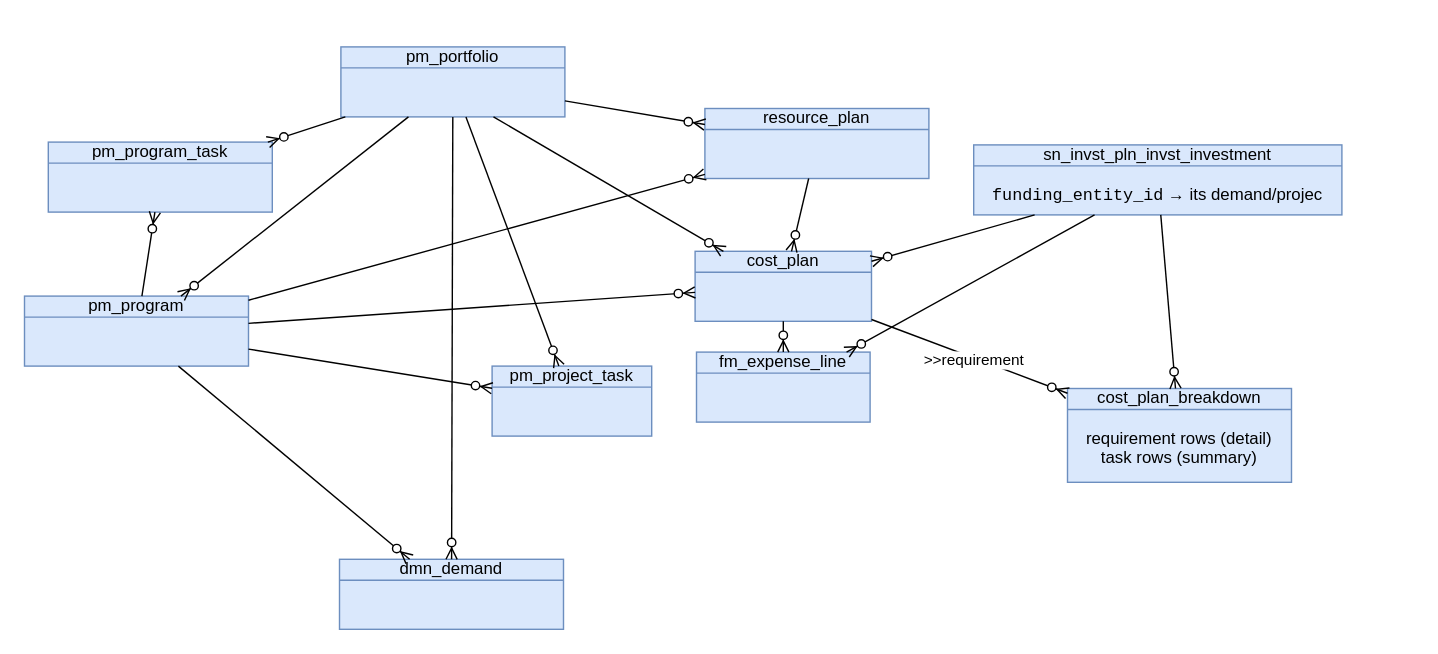
The draw.io diagram page "context" (3 of 7) of Wac.drawio in algimas/tmp, before the edit. Source tidied: cells renumbered, new cells numbered last; positions are measured from the earlier drawing's top-left corner, leaving out a move shared by most shapes. Both pictures are drawn from the tidied source at 140%, with x=0, y=0 at pixel (24, 46).
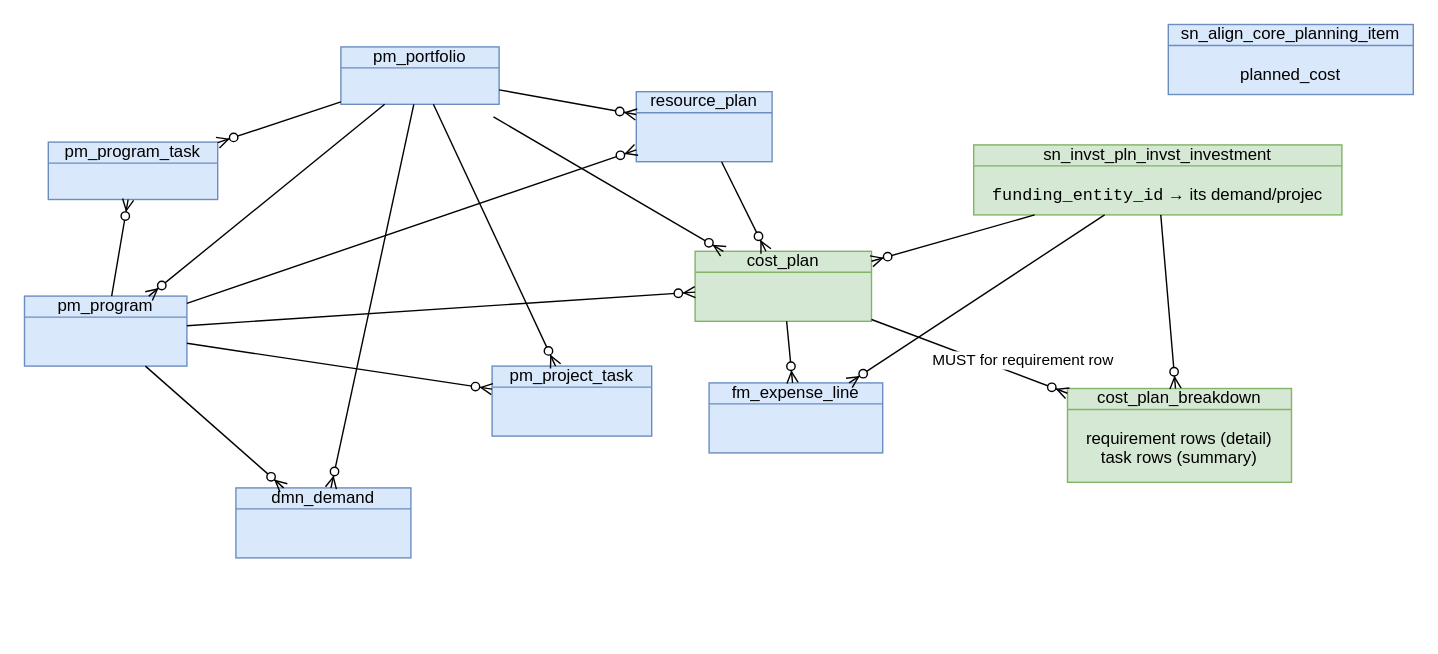
The same page after the edit.

Unchanged cells that the change refers to:
```xml
<mxCell id="20" style="fontSize=12;html=1;endArrow=ERzeroToMany;endFill=1;rounded=0;fontStyle=0;" parent="1" edge="1" source="14" target="18">
  <mxGeometry relative="1" as="geometry" />
</mxCell>
```

Diff of the diagram source:
```diff
@@
     <mxCell id="2" value="dmn_demand" style="html=1;outlineConnect=0;whiteSpace=wrap;fillColor=#dae8fc;shape=mxgraph.archimate3.businessObject;overflow=fill;strokeColor=#6c8ebf;fontStyle=0;fontSize=12;gradientColor=none;shadow=0;" parent="1" vertex="1">
-      <mxGeometry x="225" y="366" width="160" height="50" as="geometry" />
+      <mxGeometry x="151" y="315" width="125" height="50" as="geometry" />
     </mxCell>
     <mxCell id="3" value="pm_program_task" style="html=1;outlineConnect=0;whiteSpace=wrap;fillColor=#dae8fc;shape=mxgraph.archimate3.businessObject;overflow=fill;strokeColor=#6c8ebf;fontStyle=0;gradientColor=none;shadow=0;fontSize=12;" parent="1" vertex="1">
-      <mxGeometry x="17" y="68" width="160" height="50" as="geometry" />
+      <mxGeometry x="17" y="68" width="121" height="41" as="geometry" />
     </mxCell>
     <mxCell id="4" value="&lt;span&gt;pm_portfolio&lt;/span&gt;" style="html=1;outlineConnect=0;whiteSpace=wrap;fillColor=#dae8fc;shape=mxgraph.archimate3.businessObject;overflow=fill;strokeColor=#6c8ebf;fontStyle=0;gradientColor=none;shadow=0;fontSize=12;" parent="1" vertex="1">
-      <mxGeometry x="226" width="160" height="50" as="geometry" />
+      <mxGeometry x="226" width="113" height="41" as="geometry" />
     </mxCell>
@@
     <mxCell id="7" value="pm_program" style="html=1;outlineConnect=0;whiteSpace=wrap;fillColor=#dae8fc;shape=mxgraph.archimate3.businessObject;overflow=fill;strokeColor=#6c8ebf;fontStyle=0;fontSize=12;gradientColor=none;shadow=0;" parent="1" vertex="1">
-      <mxGeometry y="178" width="160" height="50" as="geometry" />
+      <mxGeometry y="178" width="116" height="50" as="geometry" />
     </mxCell>
@@
-    <mxCell id="14" value="cost_plan" style="html=1;outlineConnect=0;whiteSpace=wrap;fillColor=#dae8fc;shape=mxgraph.archimate3.businessObject;overflow=fill;strokeColor=#6c8ebf;fontStyle=0;shadow=0;gradientColor=none;fontSize=12;" parent="1" vertex="1">
+    <mxCell id="14" value="cost_plan" style="html=1;outlineConnect=0;whiteSpace=wrap;fillColor=#d5e8d4;shape=mxgraph.archimate3.businessObject;overflow=fill;strokeColor=#82b366;fontStyle=0;shadow=0;fontSize=12;" parent="1" vertex="1">
       <mxGeometry x="479" y="146" width="126" height="50" as="geometry" />
     </mxCell>
@@
     <mxCell id="17" value="fm_expense_line" style="html=1;outlineConnect=0;whiteSpace=wrap;fillColor=#dae8fc;shape=mxgraph.archimate3.businessObject;overflow=fill;strokeColor=#6c8ebf;fontStyle=0;gradientColor=none;shadow=0;fontSize=12;" parent="1" vertex="1">
-      <mxGeometry x="480" y="218" width="124" height="50" as="geometry" />
+      <mxGeometry x="489" y="240" width="124" height="50" as="geometry" />
     </mxCell>
-    <mxCell id="18" value="cost_plan_breakdown&lt;div&gt;&lt;br&gt;&lt;/div&gt;&lt;div&gt;requirement rows (detail)&lt;/div&gt;&lt;div&gt;task rows (summary)&lt;/div&gt;" style="html=1;outlineConnect=0;whiteSpace=wrap;fillColor=#dae8fc;shape=mxgraph.archimate3.businessObject;overflow=fill;strokeColor=#6c8ebf;gradientColor=none;shadow=0;fontStyle=0;fontSize=12;" parent="1" vertex="1">
+    <mxCell id="18" value="cost_plan_breakdown&lt;div&gt;&lt;br&gt;&lt;/div&gt;&lt;div&gt;requirement rows (detail)&lt;/div&gt;&lt;div&gt;task rows (summary)&lt;/div&gt;" style="html=1;outlineConnect=0;whiteSpace=wrap;fillColor=#d5e8d4;shape=mxgraph.archimate3.businessObject;overflow=fill;strokeColor=#82b366;shadow=0;fontStyle=0;fontSize=12;" parent="1" vertex="1">
       <mxGeometry x="745" y="244" width="160" height="67" as="geometry" />
     </mxCell>
@@
-    <mxCell id="21" value="&amp;gt;&amp;gt;requirement" style="edgeLabel;html=1;align=center;verticalAlign=middle;" parent="20" vertex="1">
-      <mxGeometry x="0.04" y="-1" relative="1" as="geometry" />
+    <mxCell id="21" value="MUST for requirement row" style="edgeLabel;html=1;align=center;verticalAlign=middle;" parent="20" vertex="1">
+      <mxGeometry x="0.04" y="-1" relative="1" as="geometry">
+        <mxPoint x="35" as="offset" />
+      </mxGeometry>
     </mxCell>
     <mxCell id="22" value="resource_plan" style="html=1;outlineConnect=0;whiteSpace=wrap;fillColor=#dae8fc;shape=mxgraph.archimate3.businessObject;overflow=fill;strokeColor=#6c8ebf;fontStyle=0;gradientColor=none;shadow=0;fontSize=12;" parent="1" vertex="1">
-      <mxGeometry x="486" y="44" width="160" height="50" as="geometry" />
+      <mxGeometry x="437" y="32" width="97" height="50" as="geometry" />
     </mxCell>
@@
-    <mxCell id="26" value="sn_invst_pln_invst_investment&lt;div&gt;&lt;br&gt;&lt;/div&gt;&lt;div&gt;&lt;code class=&quot;bg-text-200/5 border border-0.5 border-border-300 text-danger-000 whitespace-pre-wrap rounded-[0.4rem] px-1 py-px text-[0.9rem]&quot;&gt;funding_entity_id&lt;/code&gt; → its demand/projec&lt;/div&gt;" style="html=1;outlineConnect=0;whiteSpace=wrap;fillColor=#dae8fc;shape=mxgraph.archimate3.businessObject;overflow=fill;strokeColor=#6c8ebf;gradientColor=none;shadow=0;fontStyle=0;fontSize=12;" parent="1" vertex="1">
+    <mxCell id="26" value="sn_invst_pln_invst_investment&lt;div&gt;&lt;br&gt;&lt;/div&gt;&lt;div&gt;&lt;code class=&quot;bg-text-200/5 border border-0.5 border-border-300 text-danger-000 whitespace-pre-wrap rounded-[0.4rem] px-1 py-px text-[0.9rem]&quot;&gt;funding_entity_id&lt;/code&gt; → its demand/projec&lt;/div&gt;" style="html=1;outlineConnect=0;whiteSpace=wrap;fillColor=#d5e8d4;shape=mxgraph.archimate3.businessObject;overflow=fill;strokeColor=#82b366;shadow=0;fontStyle=0;fontSize=12;" parent="1" vertex="1">
       <mxGeometry x="678" y="70" width="263" height="50" as="geometry" />
     </mxCell>
@@
+    <mxCell id="30" value="sn_align_core_planning_item&lt;div&gt;&lt;br&gt;&lt;/div&gt;&lt;div&gt;planned_cost&lt;/div&gt;" style="html=1;whiteSpace=wrap;fillColor=#dae8fc;shape=mxgraph.archimate3.businessObject;overflow=fill;strokeColor=#6c8ebf;gradientColor=none;shadow=0;fontStyle=0;fontSize=12;" parent="1" vertex="1">
+      <mxGeometry x="817" y="-16" width="175" height="50" as="geometry" />
+    </mxCell>
```
